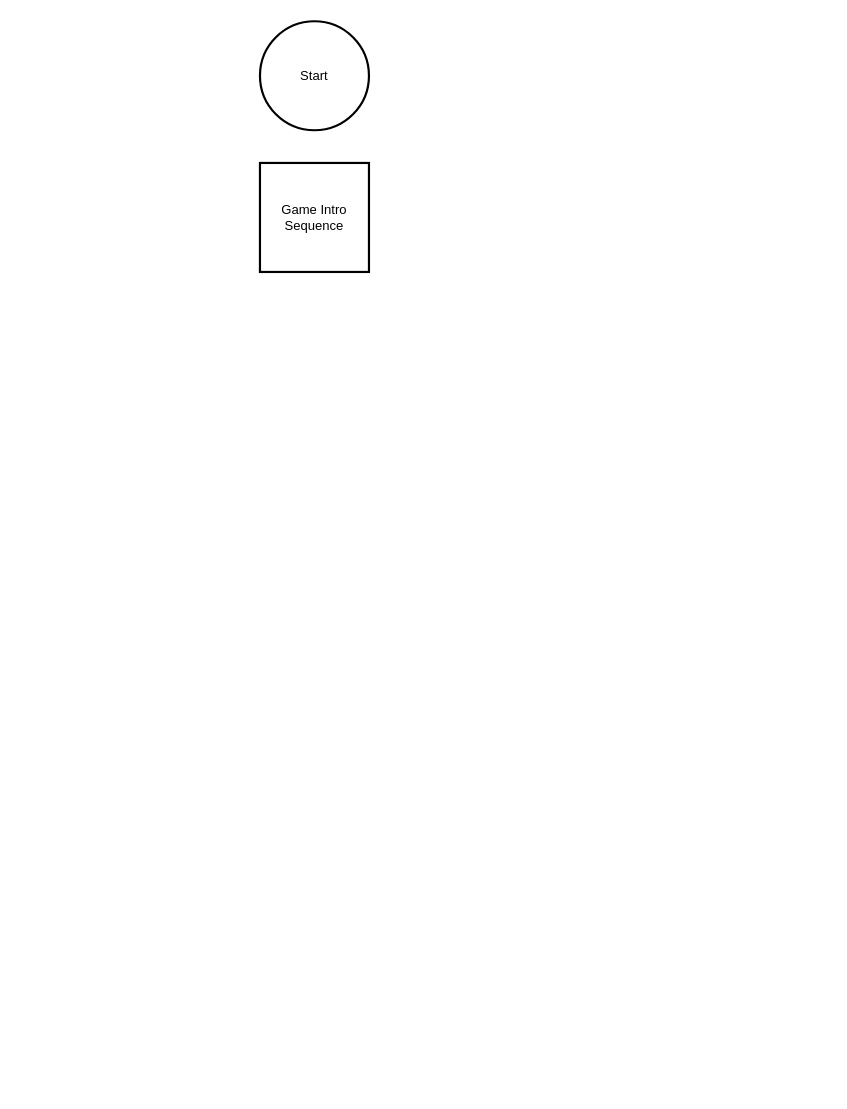
obin-odayo/Mini-Champs keeps this draw.io diagram as docs/dev/gameFlow.drawio. Above is the earlier version. Source tidied: cells renumbered, new cells numbered last; positions are measured from the earlier drawing's top-left corner, leaving out a move shared by most shapes. Both pictures are drawn from the tidied source at 109%, with x=0, y=0 at pixel (259, 21).
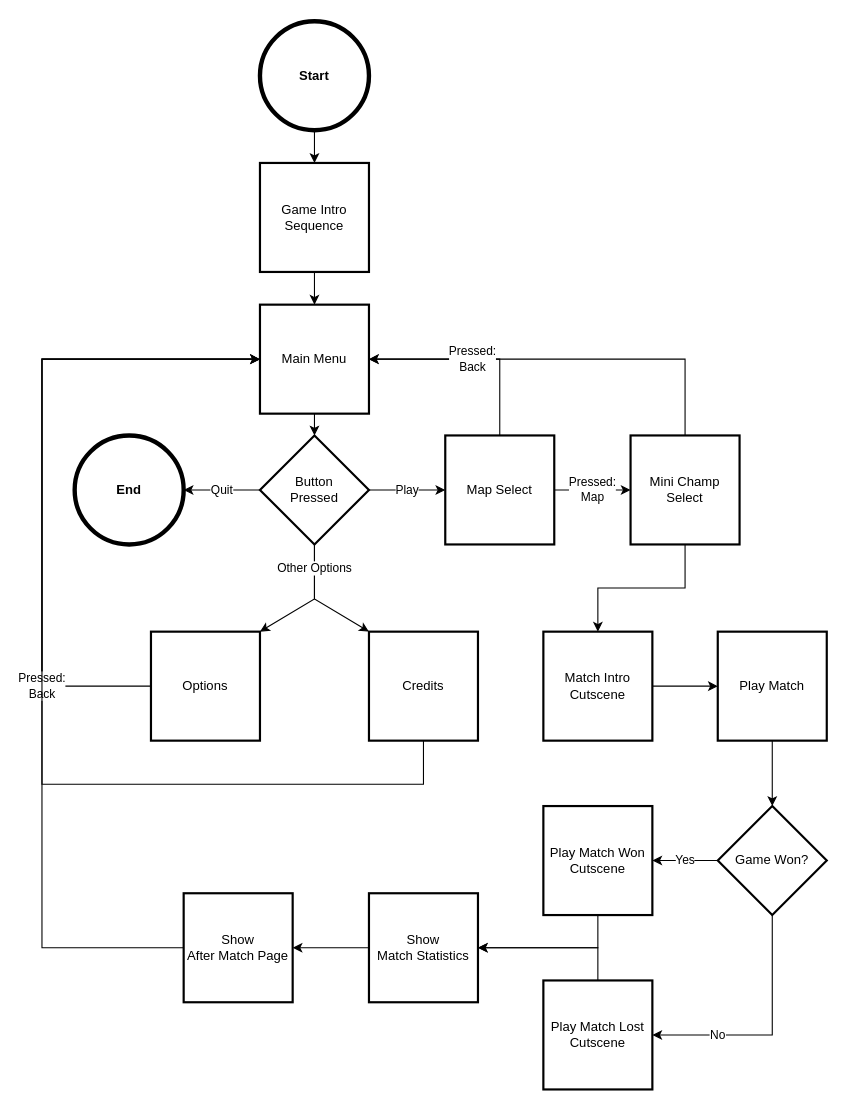
Above is the later version.

Commit message:
Added game flow chart

Unchanged cells that the change refers to:
```xml
<mxCell id="3" value="Game Intro&lt;br&gt;Sequence" style="rounded=0;whiteSpace=wrap;html=1;absoluteArcSize=1;arcSize=14;strokeWidth=2;labelBackgroundColor=none;" parent="1" vertex="1">
  <mxGeometry y="130" width="100" height="100" as="geometry" />
</mxCell>
```

What changed in the source:
```diff
@@
+    <mxCell id="4" style="edgeStyle=none;rounded=0;html=1;exitX=0.5;exitY=1;exitDx=0;exitDy=0;exitPerimeter=0;entryX=0.5;entryY=0;entryDx=0;entryDy=0;" parent="1" edge="1" source="2" target="3">
+      <mxGeometry relative="1" as="geometry" />
+    </mxCell>
-    <mxCell id="2" value="Start" style="strokeWidth=2;html=1;shape=mxgraph.flowchart.start_2;whiteSpace=wrap;rounded=0;labelBackgroundColor=none;" parent="1" vertex="1">
+    <mxCell id="2" value="Start" style="strokeWidth=4;html=1;shape=mxgraph.flowchart.start_2;whiteSpace=wrap;rounded=0;labelBackgroundColor=none;fontStyle=1;fillStyle=auto;gradientColor=none;" parent="1" vertex="1">
       <mxGeometry width="100" height="100" as="geometry" />
     </mxCell>
+    <mxCell id="5" style="edgeStyle=none;rounded=0;html=1;exitX=0.5;exitY=1;exitDx=0;exitDy=0;entryX=0.5;entryY=0;entryDx=0;entryDy=0;" parent="1" edge="1" source="3" target="7">
+      <mxGeometry relative="1" as="geometry" />
+    </mxCell>
@@
+    <mxCell id="6" style="edgeStyle=none;rounded=0;html=1;exitX=0.5;exitY=1;exitDx=0;exitDy=0;entryX=0.5;entryY=0;entryDx=0;entryDy=0;entryPerimeter=0;" parent="1" edge="1" source="7" target="11">
+      <mxGeometry relative="1" as="geometry" />
+    </mxCell>
+    <mxCell id="7" value="Main Menu" style="rounded=0;whiteSpace=wrap;html=1;absoluteArcSize=1;arcSize=14;strokeWidth=2;labelBackgroundColor=none;" parent="1" vertex="1">
+      <mxGeometry y="260" width="100" height="100" as="geometry" />
+    </mxCell>
+    <mxCell id="8" value="Play" style="edgeStyle=none;rounded=0;html=1;exitX=1;exitY=0.5;exitDx=0;exitDy=0;exitPerimeter=0;" parent="1" edge="1" source="11" target="13">
+      <mxGeometry relative="1" as="geometry" />
+    </mxCell>
+    <mxCell id="9" value="Quit" style="edgeStyle=none;rounded=0;html=1;exitX=0;exitY=0.5;exitDx=0;exitDy=0;exitPerimeter=0;entryX=1;entryY=0.5;entryDx=0;entryDy=0;entryPerimeter=0;" parent="1" edge="1">
+      <mxGeometry relative="1" as="geometry">
+        <mxPoint y="430" as="sourcePoint" />
+        <mxPoint x="-70" y="430" as="targetPoint" />
+      </mxGeometry>
+    </mxCell>
+    <mxCell id="10" style="edgeStyle=none;rounded=0;html=1;exitX=0.5;exitY=1;exitDx=0;exitDy=0;exitPerimeter=0;entryX=0;entryY=0;entryDx=0;entryDy=0;" parent="1" edge="1" source="11" target="22">
+      <mxGeometry relative="1" as="geometry">
+        <Array as="points">
+          <mxPoint x="50" y="530" />
+        </Array>
+      </mxGeometry>
+    </mxCell>
+    <mxCell id="11" value="Button&lt;br&gt;Pressed" style="strokeWidth=2;html=1;shape=mxgraph.flowchart.decision;whiteSpace=wrap;rounded=0;" parent="1" vertex="1">
+      <mxGeometry y="380" width="100" height="100" as="geometry" />
+    </mxCell>
+    <mxCell id="12" value="Pressed:&lt;br&gt;Map" style="edgeStyle=none;rounded=0;html=1;exitX=1;exitY=0.5;exitDx=0;exitDy=0;entryX=0;entryY=0.5;entryDx=0;entryDy=0;" parent="1" edge="1" source="13" target="17">
+      <mxGeometry relative="1" as="geometry" />
+    </mxCell>
+    <mxCell id="13" value="Map Select" style="rounded=0;whiteSpace=wrap;html=1;absoluteArcSize=1;arcSize=14;strokeWidth=2;labelBackgroundColor=none;" parent="1" vertex="1">
+      <mxGeometry x="170" y="380" width="100" height="100" as="geometry" />
+    </mxCell>
+    <mxCell id="14" value="End" style="strokeWidth=4;html=1;shape=mxgraph.flowchart.start_2;whiteSpace=wrap;rounded=0;labelBackgroundColor=none;fontStyle=1;fillStyle=auto;gradientColor=none;" parent="1" vertex="1">
+      <mxGeometry x="-170" y="380" width="100" height="100" as="geometry" />
+    </mxCell>
+    <mxCell id="15" style="edgeStyle=none;rounded=0;html=1;exitX=0.5;exitY=0;exitDx=0;exitDy=0;entryX=1;entryY=0.5;entryDx=0;entryDy=0;" parent="1" edge="1" source="17" target="7">
+      <mxGeometry relative="1" as="geometry">
+        <Array as="points">
+          <mxPoint x="390" y="310" />
+        </Array>
+      </mxGeometry>
+    </mxCell>
+    <mxCell id="16" style="edgeStyle=none;rounded=0;html=1;exitX=0.5;exitY=1;exitDx=0;exitDy=0;entryX=0.5;entryY=0;entryDx=0;entryDy=0;" parent="1" edge="1" source="17" target="25">
+      <mxGeometry relative="1" as="geometry">
+        <Array as="points">
+          <mxPoint x="390" y="520" />
+          <mxPoint x="350" y="520" />
+          <mxPoint x="310" y="520" />
+        </Array>
+      </mxGeometry>
+    </mxCell>
+    <mxCell id="17" value="Mini Champ&lt;br&gt;Select" style="rounded=0;whiteSpace=wrap;html=1;absoluteArcSize=1;arcSize=14;strokeWidth=2;labelBackgroundColor=none;" parent="1" vertex="1">
+      <mxGeometry x="340" y="380" width="100" height="100" as="geometry" />
+    </mxCell>
+    <mxCell id="18" value="Pressed:&lt;br&gt;Back" style="edgeStyle=none;rounded=0;html=1;exitX=0.5;exitY=0;exitDx=0;exitDy=0;entryX=1;entryY=0.5;entryDx=0;entryDy=0;" parent="1" edge="1" source="13" target="7">
+      <mxGeometry relative="1" as="geometry">
+        <Array as="points">
+          <mxPoint x="220" y="310" />
+        </Array>
+      </mxGeometry>
+    </mxCell>
+    <mxCell id="19" style="edgeStyle=none;rounded=0;html=1;exitX=0;exitY=0.5;exitDx=0;exitDy=0;entryX=0;entryY=0.5;entryDx=0;entryDy=0;" parent="1" edge="1" source="20" target="7">
+      <mxGeometry relative="1" as="geometry">
+        <Array as="points">
+          <mxPoint x="-200" y="610" />
+          <mxPoint x="-200" y="310" />
+        </Array>
+      </mxGeometry>
+    </mxCell>
+    <mxCell id="20" value="Options" style="rounded=0;whiteSpace=wrap;html=1;absoluteArcSize=1;arcSize=14;strokeWidth=2;labelBackgroundColor=none;" parent="1" vertex="1">
+      <mxGeometry x="-100" y="560" width="100" height="100" as="geometry" />
+    </mxCell>
+    <mxCell id="21" value="Pressed:&lt;br&gt;Back" style="edgeStyle=none;rounded=0;html=1;exitX=0.5;exitY=1;exitDx=0;exitDy=0;entryX=0;entryY=0.5;entryDx=0;entryDy=0;" parent="1" edge="1" source="22" target="7">
+      <mxGeometry x="-0.02" relative="1" as="geometry">
+        <Array as="points">
+          <mxPoint x="150" y="700" />
+          <mxPoint x="-200" y="700" />
+          <mxPoint x="-200" y="310" />
+        </Array>
+      </mxGeometry>
+    </mxCell>
+    <mxCell id="22" value="Credits" style="rounded=0;whiteSpace=wrap;html=1;absoluteArcSize=1;arcSize=14;strokeWidth=2;labelBackgroundColor=none;" parent="1" vertex="1">
+      <mxGeometry x="100" y="560" width="100" height="100" as="geometry" />
+    </mxCell>
+    <mxCell id="23" value="Other Options" style="edgeStyle=none;rounded=0;html=1;exitX=0.5;exitY=1;exitDx=0;exitDy=0;exitPerimeter=0;entryX=1;entryY=0;entryDx=0;entryDy=0;" parent="1" edge="1" source="11" target="20">
+      <mxGeometry x="-0.59" relative="1" as="geometry">
+        <Array as="points">
+          <mxPoint x="50" y="530" />
+        </Array>
+      </mxGeometry>
+    </mxCell>
+    <mxCell id="24" style="edgeStyle=none;rounded=0;html=1;exitX=1;exitY=0.5;exitDx=0;exitDy=0;entryX=0;entryY=0.5;entryDx=0;entryDy=0;" parent="1" edge="1" source="25" target="27">
+      <mxGeometry relative="1" as="geometry" />
+    </mxCell>
+    <mxCell id="25" value="Match Intro Cutscene" style="rounded=0;whiteSpace=wrap;html=1;absoluteArcSize=1;arcSize=14;strokeWidth=2;labelBackgroundColor=none;" parent="1" vertex="1">
+      <mxGeometry x="260" y="560" width="100" height="100" as="geometry" />
+    </mxCell>
+    <mxCell id="26" style="edgeStyle=none;rounded=0;html=1;exitX=0.5;exitY=1;exitDx=0;exitDy=0;entryX=0.5;entryY=0;entryDx=0;entryDy=0;entryPerimeter=0;" parent="1" edge="1" source="27" target="30">
+      <mxGeometry relative="1" as="geometry" />
+    </mxCell>
+    <mxCell id="27" value="Play Match" style="rounded=0;whiteSpace=wrap;html=1;absoluteArcSize=1;arcSize=14;strokeWidth=2;labelBackgroundColor=none;" parent="1" vertex="1">
+      <mxGeometry x="420" y="560" width="100" height="100" as="geometry" />
+    </mxCell>
+    <mxCell id="28" value="No" style="edgeStyle=none;rounded=0;html=1;exitX=0.5;exitY=1;exitDx=0;exitDy=0;exitPerimeter=0;entryX=1;entryY=0.5;entryDx=0;entryDy=0;" parent="1" edge="1" source="30" target="34">
+      <mxGeometry x="0.45" relative="1" as="geometry">
+        <Array as="points">
+          <mxPoint x="470" y="930" />
+        </Array>
+      </mxGeometry>
+    </mxCell>
+    <mxCell id="29" value="Yes" style="edgeStyle=none;rounded=0;html=1;exitX=0;exitY=0.5;exitDx=0;exitDy=0;exitPerimeter=0;" parent="1" edge="1" source="30" target="32">
+      <mxGeometry relative="1" as="geometry" />
+    </mxCell>
+    <mxCell id="30" value="Game Won?" style="strokeWidth=2;html=1;shape=mxgraph.flowchart.decision;whiteSpace=wrap;rounded=0;" parent="1" vertex="1">
+      <mxGeometry x="420" y="720" width="100" height="100" as="geometry" />
+    </mxCell>
+    <mxCell id="31" style="edgeStyle=none;rounded=0;html=1;exitX=0.5;exitY=1;exitDx=0;exitDy=0;entryX=1;entryY=0.5;entryDx=0;entryDy=0;" parent="1" edge="1" source="32" target="36">
+      <mxGeometry relative="1" as="geometry">
+        <Array as="points">
+          <mxPoint x="310" y="850" />
+        </Array>
+      </mxGeometry>
+    </mxCell>
+    <mxCell id="32" value="Play Match Won&lt;br&gt;Cutscene" style="rounded=0;whiteSpace=wrap;html=1;absoluteArcSize=1;arcSize=14;strokeWidth=2;labelBackgroundColor=none;" parent="1" vertex="1">
+      <mxGeometry x="260" y="720" width="100" height="100" as="geometry" />
+    </mxCell>
+    <mxCell id="33" style="edgeStyle=none;rounded=0;html=1;exitX=0.5;exitY=0;exitDx=0;exitDy=0;entryX=1;entryY=0.5;entryDx=0;entryDy=0;" parent="1" edge="1" source="34" target="36">
+      <mxGeometry relative="1" as="geometry">
+        <Array as="points">
+          <mxPoint x="310" y="850" />
+        </Array>
+      </mxGeometry>
+    </mxCell>
+    <mxCell id="34" value="Play Match Lost&lt;br&gt;Cutscene" style="rounded=0;whiteSpace=wrap;html=1;absoluteArcSize=1;arcSize=14;strokeWidth=2;labelBackgroundColor=none;" parent="1" vertex="1">
+      <mxGeometry x="260" y="880" width="100" height="100" as="geometry" />
+    </mxCell>
+    <mxCell id="35" style="edgeStyle=none;rounded=0;html=1;exitX=0;exitY=0.5;exitDx=0;exitDy=0;entryX=1;entryY=0.5;entryDx=0;entryDy=0;" parent="1" edge="1" source="36" target="38">
+      <mxGeometry relative="1" as="geometry" />
+    </mxCell>
+    <mxCell id="36" value="Show &lt;br&gt;Match Statistics" style="rounded=0;whiteSpace=wrap;html=1;absoluteArcSize=1;arcSize=14;strokeWidth=2;labelBackgroundColor=none;" parent="1" vertex="1">
+      <mxGeometry x="100" y="800" width="100" height="100" as="geometry" />
+    </mxCell>
+    <mxCell id="37" style="edgeStyle=none;rounded=0;html=1;exitX=0;exitY=0.5;exitDx=0;exitDy=0;entryX=0;entryY=0.5;entryDx=0;entryDy=0;" parent="1" edge="1" source="38" target="7">
+      <mxGeometry relative="1" as="geometry">
+        <Array as="points">
+          <mxPoint x="-200" y="850" />
+          <mxPoint x="-200" y="310" />
+        </Array>
+      </mxGeometry>
+    </mxCell>
+    <mxCell id="38" value="Show &lt;br&gt;After Match Page" style="rounded=0;whiteSpace=wrap;html=1;absoluteArcSize=1;arcSize=14;strokeWidth=2;labelBackgroundColor=none;" parent="1" vertex="1">
+      <mxGeometry x="-70" y="800" width="100" height="100" as="geometry" />
+    </mxCell>
```
